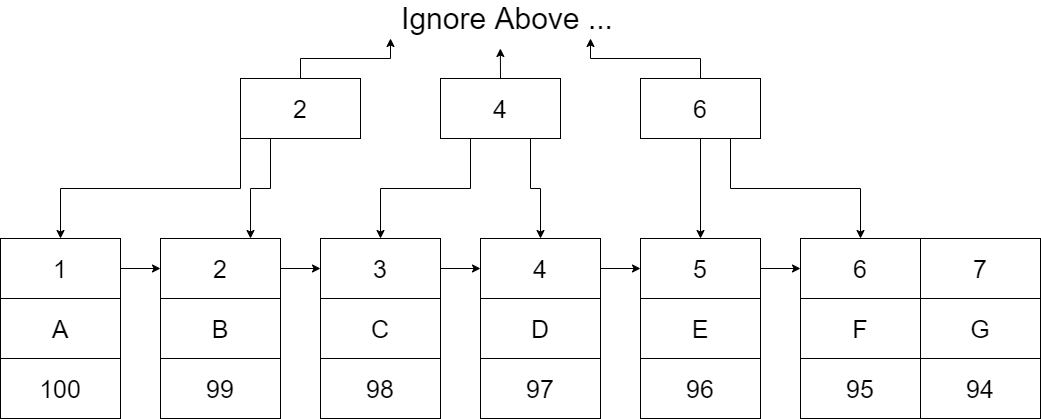
Krados/mysql-experience-sharing keeps this draw.io diagram as test_table_clustered_index.png. Above is the earlier version. Source tidied: cells renumbered, new cells last; positions are measured from the earlier drawing's top-left corner, leaving out a move shared by most shapes. Its diagram source:
```xml
<mxGraphModel>
  <root>
    <mxCell id="0" />
    <mxCell id="1" parent="0" />
    <mxCell id="2" style="edgeStyle=orthogonalEdgeStyle;rounded=0;jettySize=auto;html=1;exitX=0;exitY=1;exitDx=0;exitDy=0;entryX=0.5;entryY=0;entryDx=0;entryDy=0;fontSize=13;" parent="1" edge="1" source="5" target="15">
      <mxGeometry relative="1" as="geometry" />
    </mxCell>
    <mxCell id="3" style="edgeStyle=orthogonalEdgeStyle;rounded=0;jettySize=auto;html=1;exitX=0.25;exitY=1;exitDx=0;exitDy=0;entryX=0.75;entryY=0;entryDx=0;entryDy=0;fontSize=13;" parent="1" edge="1" source="5" target="18">
      <mxGeometry relative="1" as="geometry" />
    </mxCell>
    <mxCell id="4" style="edgeStyle=orthogonalEdgeStyle;rounded=0;jettySize=auto;html=1;exitX=0.5;exitY=0;exitDx=0;exitDy=0;fontSize=13;" parent="1" edge="1" source="5">
      <mxGeometry relative="1" as="geometry">
        <mxPoint x="390" y="30" as="targetPoint" />
      </mxGeometry>
    </mxCell>
    <mxCell id="5" value="&lt;font style=&quot;font-size: 25px&quot;&gt;2&lt;/font&gt;" style="rounded=0;whiteSpace=wrap;html=1;" parent="1" vertex="1">
      <mxGeometry x="240" y="70" width="120" height="60" as="geometry" />
    </mxCell>
    <mxCell id="6" style="edgeStyle=orthogonalEdgeStyle;rounded=0;jettySize=auto;html=1;exitX=0.5;exitY=1;exitDx=0;exitDy=0;entryX=0.5;entryY=0;entryDx=0;entryDy=0;fontSize=13;" parent="1" edge="1" source="9" target="27">
      <mxGeometry relative="1" as="geometry" />
    </mxCell>
    <mxCell id="7" style="edgeStyle=orthogonalEdgeStyle;rounded=0;jettySize=auto;html=1;exitX=0.75;exitY=1;exitDx=0;exitDy=0;entryX=0.5;entryY=0;entryDx=0;entryDy=0;fontSize=13;" parent="1" edge="1" source="9" target="29">
      <mxGeometry relative="1" as="geometry" />
    </mxCell>
    <mxCell id="8" style="edgeStyle=orthogonalEdgeStyle;rounded=0;jettySize=auto;html=1;exitX=0.5;exitY=0;exitDx=0;exitDy=0;fontSize=13;" parent="1" edge="1" source="9">
      <mxGeometry relative="1" as="geometry">
        <mxPoint x="590" y="30" as="targetPoint" />
      </mxGeometry>
    </mxCell>
    <mxCell id="9" value="&lt;font style=&quot;font-size: 25px&quot;&gt;6&lt;/font&gt;" style="rounded=0;whiteSpace=wrap;html=1;" parent="1" vertex="1">
      <mxGeometry x="640" y="70" width="120" height="60" as="geometry" />
    </mxCell>
    <mxCell id="10" style="edgeStyle=orthogonalEdgeStyle;rounded=0;jettySize=auto;html=1;exitX=0.25;exitY=1;exitDx=0;exitDy=0;entryX=0.5;entryY=0;entryDx=0;entryDy=0;fontSize=13;" parent="1" edge="1" source="13" target="21">
      <mxGeometry relative="1" as="geometry" />
    </mxCell>
    <mxCell id="11" style="edgeStyle=orthogonalEdgeStyle;rounded=0;jettySize=auto;html=1;exitX=0.75;exitY=1;exitDx=0;exitDy=0;entryX=0.5;entryY=0;entryDx=0;entryDy=0;fontSize=13;" parent="1" edge="1" source="13" target="24">
      <mxGeometry relative="1" as="geometry" />
    </mxCell>
    <mxCell id="12" style="edgeStyle=orthogonalEdgeStyle;rounded=0;jettySize=auto;html=1;exitX=0.5;exitY=0;exitDx=0;exitDy=0;fontSize=13;" parent="1" edge="1" source="13">
      <mxGeometry relative="1" as="geometry">
        <mxPoint x="499.9" y="40" as="targetPoint" />
      </mxGeometry>
    </mxCell>
    <mxCell id="13" value="&lt;font style=&quot;font-size: 25px&quot;&gt;4&lt;/font&gt;" style="rounded=0;whiteSpace=wrap;html=1;" parent="1" vertex="1">
      <mxGeometry x="440" y="70" width="120" height="60" as="geometry" />
    </mxCell>
    <mxCell id="14" style="edgeStyle=orthogonalEdgeStyle;rounded=0;jettySize=auto;html=1;exitX=1;exitY=0.5;exitDx=0;exitDy=0;entryX=0;entryY=0.5;entryDx=0;entryDy=0;fontSize=13;" parent="1" edge="1" source="15" target="18">
      <mxGeometry relative="1" as="geometry" />
    </mxCell>
    <mxCell id="15" value="&lt;font style=&quot;font-size: 25px&quot;&gt;1&lt;/font&gt;" style="rounded=0;whiteSpace=wrap;html=1;" parent="1" vertex="1">
      <mxGeometry y="230" width="120" height="60" as="geometry" />
    </mxCell>
    <mxCell id="16" value="&lt;font style=&quot;font-size: 25px&quot;&gt;A&lt;/font&gt;" style="rounded=0;whiteSpace=wrap;html=1;" parent="1" vertex="1">
      <mxGeometry y="290" width="120" height="60" as="geometry" />
    </mxCell>
    <mxCell id="17" style="edgeStyle=orthogonalEdgeStyle;rounded=0;jettySize=auto;html=1;exitX=1;exitY=0.5;exitDx=0;exitDy=0;entryX=0;entryY=0.5;entryDx=0;entryDy=0;fontSize=13;" parent="1" edge="1" source="18" target="21">
      <mxGeometry relative="1" as="geometry" />
    </mxCell>
    <mxCell id="18" value="&lt;font style=&quot;font-size: 25px&quot;&gt;2&lt;/font&gt;" style="rounded=0;whiteSpace=wrap;html=1;" parent="1" vertex="1">
      <mxGeometry x="160" y="230" width="120" height="60" as="geometry" />
    </mxCell>
    <mxCell id="19" value="&lt;font style=&quot;font-size: 25px&quot;&gt;B&lt;/font&gt;" style="rounded=0;whiteSpace=wrap;html=1;" parent="1" vertex="1">
      <mxGeometry x="160" y="290" width="120" height="60" as="geometry" />
    </mxCell>
    <mxCell id="20" style="edgeStyle=orthogonalEdgeStyle;rounded=0;jettySize=auto;html=1;exitX=1;exitY=0.5;exitDx=0;exitDy=0;entryX=0;entryY=0.5;entryDx=0;entryDy=0;fontSize=13;" parent="1" edge="1" source="21" target="24">
      <mxGeometry relative="1" as="geometry" />
    </mxCell>
    <mxCell id="21" value="&lt;font style=&quot;font-size: 25px&quot;&gt;3&lt;/font&gt;" style="rounded=0;whiteSpace=wrap;html=1;" parent="1" vertex="1">
      <mxGeometry x="320" y="230" width="120" height="60" as="geometry" />
    </mxCell>
    <mxCell id="22" value="&lt;font style=&quot;font-size: 25px&quot;&gt;C&lt;/font&gt;" style="rounded=0;whiteSpace=wrap;html=1;" parent="1" vertex="1">
      <mxGeometry x="320" y="290" width="120" height="60" as="geometry" />
    </mxCell>
    <mxCell id="23" style="edgeStyle=orthogonalEdgeStyle;rounded=0;jettySize=auto;html=1;exitX=1;exitY=0.5;exitDx=0;exitDy=0;entryX=0;entryY=0.5;entryDx=0;entryDy=0;fontSize=13;" parent="1" edge="1" source="24" target="27">
      <mxGeometry relative="1" as="geometry" />
    </mxCell>
    <mxCell id="24" value="&lt;font style=&quot;font-size: 25px&quot;&gt;4&lt;/font&gt;" style="rounded=0;whiteSpace=wrap;html=1;" parent="1" vertex="1">
      <mxGeometry x="480" y="230" width="120" height="60" as="geometry" />
    </mxCell>
    <mxCell id="25" value="&lt;font style=&quot;font-size: 25px&quot;&gt;D&lt;/font&gt;" style="rounded=0;whiteSpace=wrap;html=1;" parent="1" vertex="1">
      <mxGeometry x="480" y="290" width="120" height="60" as="geometry" />
    </mxCell>
    <mxCell id="26" style="edgeStyle=orthogonalEdgeStyle;rounded=0;jettySize=auto;html=1;exitX=1;exitY=0.5;exitDx=0;exitDy=0;entryX=0;entryY=0.5;entryDx=0;entryDy=0;fontSize=13;" parent="1" edge="1" source="27" target="29">
      <mxGeometry relative="1" as="geometry" />
    </mxCell>
    <mxCell id="27" value="&lt;font style=&quot;font-size: 25px&quot;&gt;5&lt;/font&gt;" style="rounded=0;whiteSpace=wrap;html=1;" parent="1" vertex="1">
      <mxGeometry x="640" y="230" width="120" height="60" as="geometry" />
    </mxCell>
    <mxCell id="28" value="&lt;font style=&quot;font-size: 25px&quot;&gt;E&lt;/font&gt;" style="rounded=0;whiteSpace=wrap;html=1;" parent="1" vertex="1">
      <mxGeometry x="640" y="290" width="120" height="60" as="geometry" />
    </mxCell>
    <mxCell id="29" value="&lt;font style=&quot;font-size: 25px&quot;&gt;6&lt;/font&gt;" style="rounded=0;whiteSpace=wrap;html=1;" parent="1" vertex="1">
      <mxGeometry x="800" y="230" width="120" height="60" as="geometry" />
    </mxCell>
    <mxCell id="30" value="&lt;font style=&quot;font-size: 25px&quot;&gt;F&lt;/font&gt;" style="rounded=0;whiteSpace=wrap;html=1;" parent="1" vertex="1">
      <mxGeometry x="800" y="290" width="120" height="60" as="geometry" />
    </mxCell>
    <mxCell id="31" value="&lt;font style=&quot;font-size: 25px&quot;&gt;7&lt;/font&gt;" style="rounded=0;whiteSpace=wrap;html=1;" parent="1" vertex="1">
      <mxGeometry x="920" y="230" width="120" height="60" as="geometry" />
    </mxCell>
    <mxCell id="32" value="&lt;font style=&quot;font-size: 25px&quot;&gt;G&lt;/font&gt;" style="rounded=0;whiteSpace=wrap;html=1;" parent="1" vertex="1">
      <mxGeometry x="920" y="290" width="120" height="60" as="geometry" />
    </mxCell>
    <mxCell id="33" value="&lt;font style=&quot;font-size: 25px&quot;&gt;100&lt;/font&gt;" style="rounded=0;whiteSpace=wrap;html=1;" parent="1" vertex="1">
      <mxGeometry y="350" width="120" height="60" as="geometry" />
    </mxCell>
    <mxCell id="34" value="&lt;font style=&quot;font-size: 25px&quot;&gt;99&lt;/font&gt;" style="rounded=0;whiteSpace=wrap;html=1;" parent="1" vertex="1">
      <mxGeometry x="160" y="350" width="120" height="60" as="geometry" />
    </mxCell>
    <mxCell id="35" value="&lt;font style=&quot;font-size: 25px&quot;&gt;98&lt;/font&gt;" style="rounded=0;whiteSpace=wrap;html=1;" parent="1" vertex="1">
      <mxGeometry x="320" y="350" width="120" height="60" as="geometry" />
    </mxCell>
    <mxCell id="36" value="&lt;font style=&quot;font-size: 25px&quot;&gt;97&lt;/font&gt;" style="rounded=0;whiteSpace=wrap;html=1;" parent="1" vertex="1">
      <mxGeometry x="480" y="350" width="120" height="60" as="geometry" />
    </mxCell>
    <mxCell id="37" value="&lt;font style=&quot;font-size: 25px&quot;&gt;96&lt;/font&gt;" style="rounded=0;whiteSpace=wrap;html=1;" parent="1" vertex="1">
      <mxGeometry x="640" y="350" width="120" height="60" as="geometry" />
    </mxCell>
    <mxCell id="38" value="&lt;font style=&quot;font-size: 25px&quot;&gt;95&lt;/font&gt;" style="rounded=0;whiteSpace=wrap;html=1;" parent="1" vertex="1">
      <mxGeometry x="800" y="350" width="120" height="60" as="geometry" />
    </mxCell>
    <mxCell id="39" value="&lt;font style=&quot;font-size: 25px&quot;&gt;94&lt;/font&gt;" style="rounded=0;whiteSpace=wrap;html=1;" parent="1" vertex="1">
      <mxGeometry x="920" y="350" width="120" height="60" as="geometry" />
    </mxCell>
    <mxCell id="40" value="&lt;font style=&quot;font-size: 30px&quot;&gt;Ignore Above ...&lt;/font&gt;" style="text;html=1;strokeColor=none;fillColor=none;align=center;verticalAlign=middle;whiteSpace=wrap;rounded=0;fontSize=13;strokeWidth=2;" parent="1" vertex="1">
      <mxGeometry x="252" width="510" height="20" as="geometry" />
    </mxCell>
  </root>
</mxGraphModel>
```
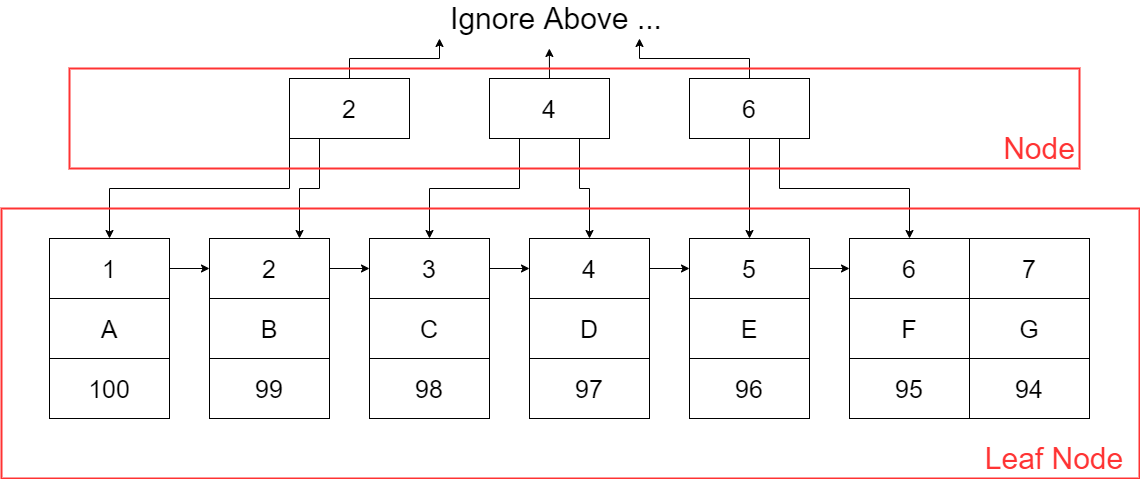
The same diagram one commit later.

The edit, as a diff of the source:
```diff
@@ -125,5 +125,17 @@
     <mxCell id="40" value="&lt;font style=&quot;font-size: 30px&quot;&gt;Ignore Above ...&lt;/font&gt;" style="text;html=1;strokeColor=none;fillColor=none;align=center;verticalAlign=middle;whiteSpace=wrap;rounded=0;fontSize=13;strokeWidth=2;" parent="1" vertex="1">
       <mxGeometry x="252" width="510" height="20" as="geometry" />
     </mxCell>
+    <mxCell id="41" style="rounded=0;whiteSpace=wrap;html=1;fontSize=13;strokeWidth=2;fillColor=none;strokeColor=#FF3333;" parent="1" vertex="1">
+      <mxGeometry x="20" y="60" width="1010" height="100" as="geometry" />
+    </mxCell>
+    <mxCell id="42" style="rounded=0;whiteSpace=wrap;html=1;fontSize=13;strokeWidth=2;fillColor=none;strokeColor=#FF3333;" parent="1" vertex="1">
+      <mxGeometry x="-48" y="200" width="1138" height="270" as="geometry" />
+    </mxCell>
+    <mxCell id="43" value="&lt;font style=&quot;font-size: 30px ; background-color: rgb(255 , 255 , 255)&quot; color=&quot;#ff3333&quot;&gt;Node&lt;/font&gt;" style="text;html=1;strokeColor=none;fillColor=none;align=center;verticalAlign=middle;whiteSpace=wrap;rounded=0;fontSize=13;" parent="1" vertex="1">
+      <mxGeometry x="970" y="130" width="40" height="20" as="geometry" />
+    </mxCell>
+    <mxCell id="44" value="&lt;font style=&quot;font-size: 30px ; background-color: rgb(255 , 255 , 255)&quot; color=&quot;#ff3333&quot;&gt;Leaf Node&lt;/font&gt;" style="text;html=1;strokeColor=none;fillColor=none;align=center;verticalAlign=middle;whiteSpace=wrap;rounded=0;fontSize=13;" parent="1" vertex="1">
+      <mxGeometry x="920" y="440" width="170" height="20" as="geometry" />
+    </mxCell>
   </root>
 </mxGraphModel>
```
